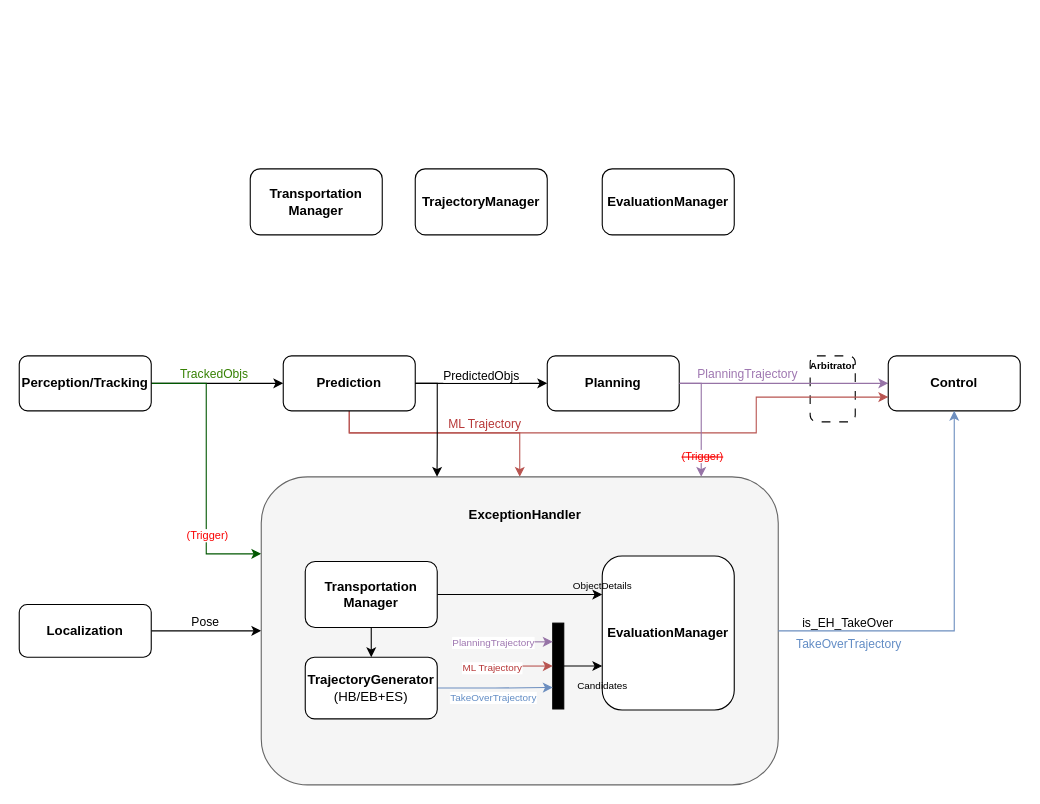
zhangjoey115/Diagrams keeps this draw.io diagram as Files/Untitled Diagram.drawio. Above is the earlier version. Source tidied: cells renumbered, new cells numbered last; positions are measured from the earlier drawing's top-left corner, leaving out a move shared by most shapes. Both pictures are drawn from the tidied source at 110%, with x=0, y=0 at pixel (19, 168).
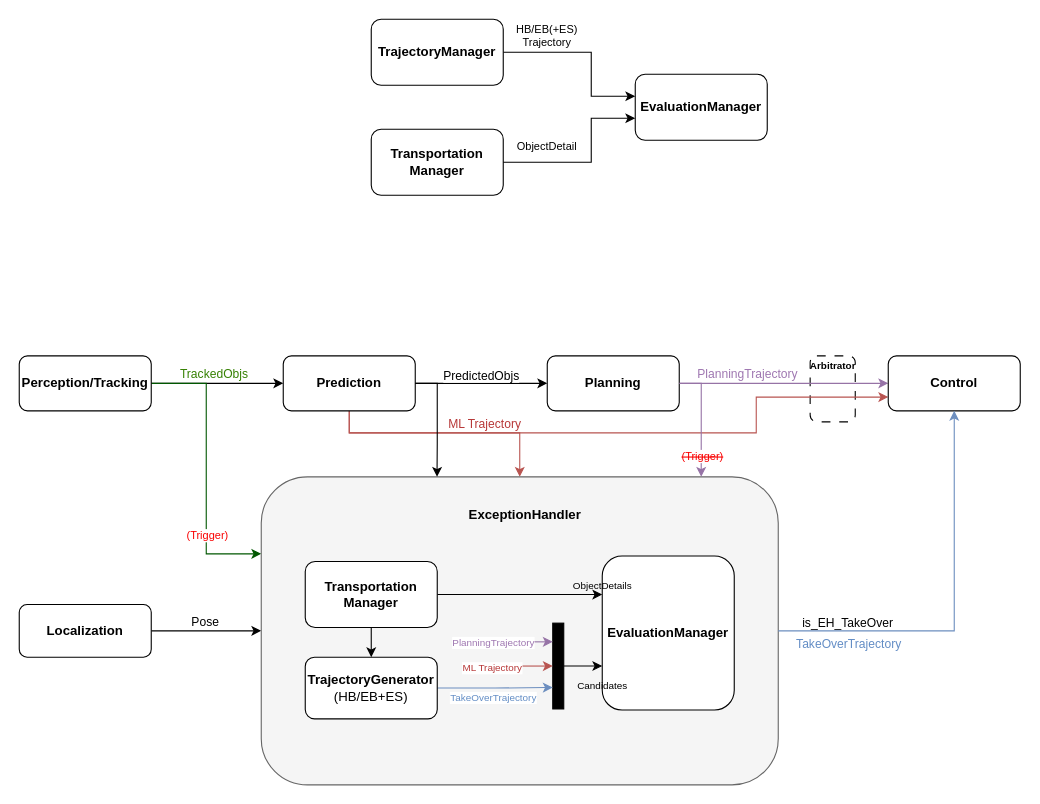
Above is the later version.

The edit, as a diff of the source:
```diff
@@
     <mxCell id="20" value="EvaluationManager" style="rounded=1;whiteSpace=wrap;html=1;fontStyle=1;" parent="1" vertex="1">
-      <mxGeometry x="530" width="120" height="60" as="geometry" />
+      <mxGeometry x="560" y="-86" width="120" height="60" as="geometry" />
     </mxCell>
+    <mxCell id="50" style="edgeStyle=orthogonalEdgeStyle;rounded=0;jettySize=auto;html=1;exitX=1;exitY=0.5;exitDx=0;exitDy=0;entryX=0;entryY=0.333;entryDx=0;entryDy=0;entryPerimeter=0;" parent="1" edge="1" source="21" target="20">
+      <mxGeometry relative="1" as="geometry">
+        <Array as="points">
+          <mxPoint x="520" y="-106" />
+          <mxPoint x="520" y="-66" />
+        </Array>
+      </mxGeometry>
+    </mxCell>
     <mxCell id="21" value="TrajectoryManager" style="rounded=1;whiteSpace=wrap;html=1;fontStyle=1;" parent="1" vertex="1">
-      <mxGeometry x="360" width="120" height="60" as="geometry" />
+      <mxGeometry x="320" y="-136" width="120" height="60" as="geometry" />
     </mxCell>
     <mxCell id="22" value="Transportation&lt;div&gt;Manager&lt;/div&gt;" style="rounded=1;whiteSpace=wrap;html=1;fontStyle=1;" parent="1" vertex="1">
-      <mxGeometry x="210" width="120" height="60" as="geometry" />
+      <mxGeometry x="320" y="-36" width="120" height="60" as="geometry" />
     </mxCell>
@@
+    <mxCell id="51" style="edgeStyle=orthogonalEdgeStyle;rounded=0;jettySize=auto;html=1;exitX=1;exitY=0.5;exitDx=0;exitDy=0;entryX=0;entryY=0.667;entryDx=0;entryDy=0;entryPerimeter=0;" parent="1" edge="1" source="22" target="20">
+      <mxGeometry relative="1" as="geometry">
+        <Array as="points">
+          <mxPoint x="520" y="-6" />
+          <mxPoint x="520" y="-46" />
+        </Array>
+      </mxGeometry>
+    </mxCell>
+    <mxCell id="52" value="HB/EB(+ES) Trajectory" style="text;html=1;align=center;verticalAlign=middle;whiteSpace=wrap;rounded=0;fontSize=10;" parent="1" vertex="1">
+      <mxGeometry x="450" y="-136" width="60" height="30" as="geometry" />
+    </mxCell>
+    <mxCell id="53" value="ObjectDetail" style="text;html=1;align=center;verticalAlign=middle;whiteSpace=wrap;rounded=0;fontSize=10;" parent="1" vertex="1">
+      <mxGeometry x="450" y="-36" width="60" height="30" as="geometry" />
+    </mxCell>
```
